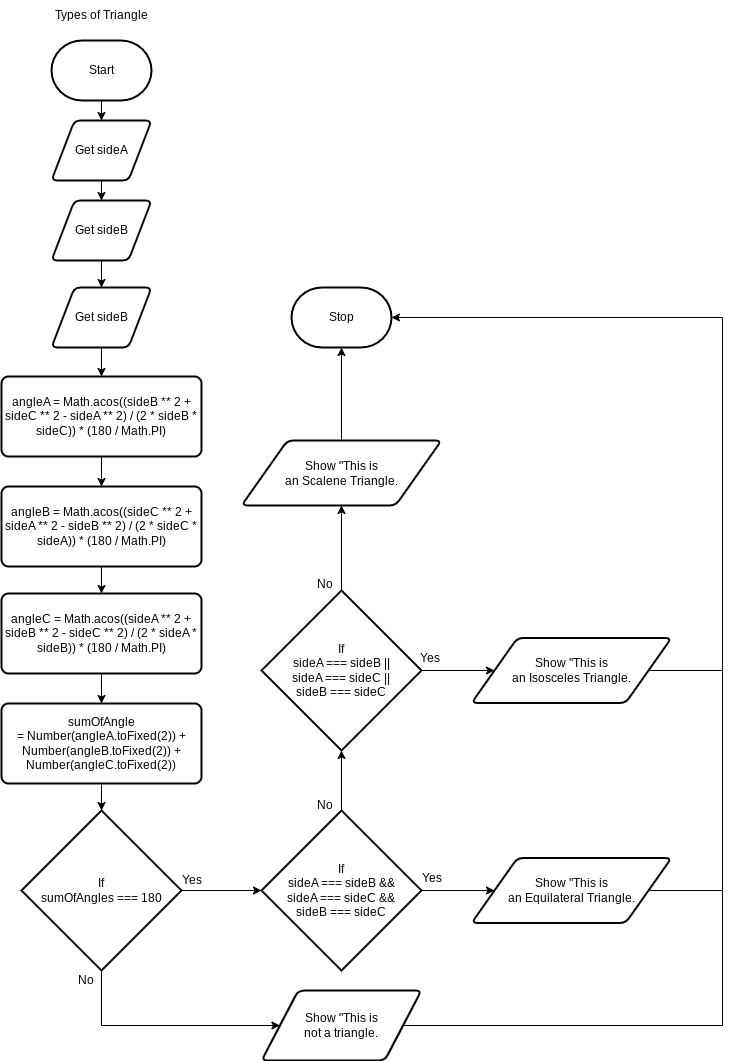
This is design/flowchart.png from MTHS-ICD2O-1-2024/ICD2O-Unit-5-05-Ain-Jeong, a draw.io export, as it was before one commit. Source tidied: cells renumbered, new cells last; positions are measured from the earlier drawing's top-left corner, leaving out a move shared by most shapes.
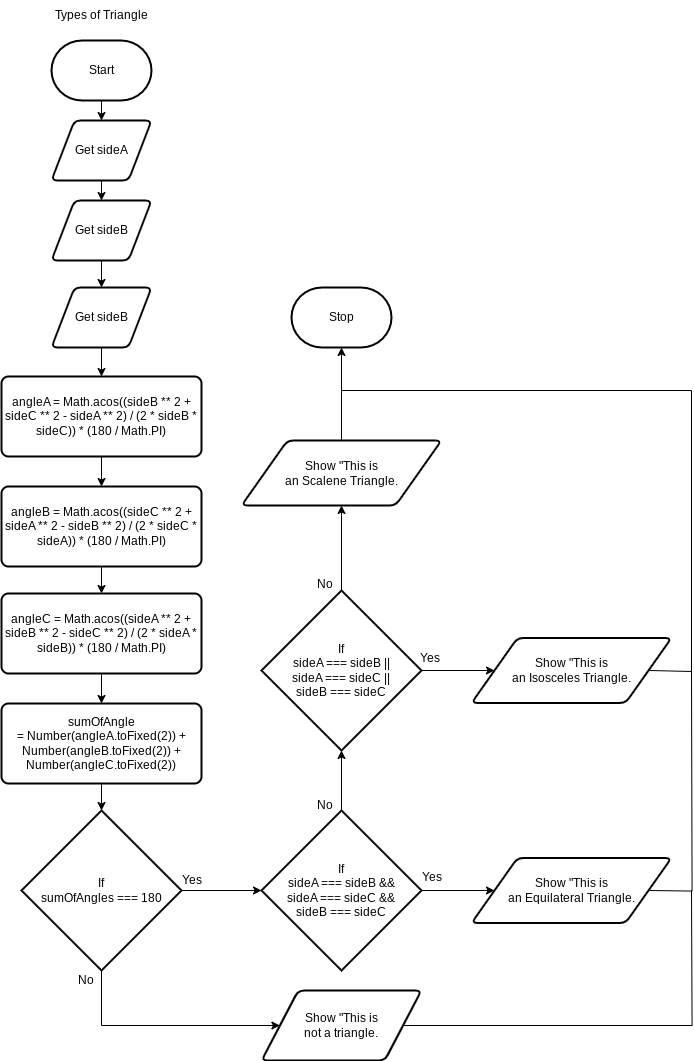
Later version of the same file.

Change to the diagram source:
```diff
@@ -60,14 +60,11 @@
     <mxCell id="19" value="If&lt;div&gt;sumOfAngles === 180&lt;/div&gt;" style="strokeWidth=2;html=1;shape=mxgraph.flowchart.decision;whiteSpace=wrap;" parent="1" vertex="1">
       <mxGeometry x="20" y="810" width="160" height="160" as="geometry" />
     </mxCell>
-    <mxCell id="20" style="edgeStyle=orthogonalEdgeStyle;html=1;strokeColor=default;rounded=0;curved=0;entryX=1;entryY=0.5;entryDx=0;entryDy=0;entryPerimeter=0;" parent="1" edge="1" source="21" target="32">
-      <mxGeometry relative="1" as="geometry">
-        <Array as="points">
-          <mxPoint x="721" y="1025" />
-          <mxPoint x="721" y="317" />
-        </Array>
-      </mxGeometry>
-    </mxCell>
+    <mxCell id="43" style="edgeStyle=orthogonalEdgeStyle;html=1;rounded=0;curved=0;endArrow=none;endFill=0;" parent="1" edge="1" source="21">
+      <mxGeometry relative="1" as="geometry">
+        <mxPoint x="690" y="890" as="targetPoint" />
+      </mxGeometry>
+    </mxCell>
     <mxCell id="21" value="Show &quot;This is&lt;div&gt;not a triangle.&lt;/div&gt;" style="shape=parallelogram;html=1;strokeWidth=2;perimeter=parallelogramPerimeter;whiteSpace=wrap;rounded=1;arcSize=12;size=0.23;" parent="1" vertex="1">
       <mxGeometry x="260" y="990" width="160" height="70" as="geometry" />
     </mxCell>
@@ -86,19 +83,24 @@
     <mxCell id="26" value="If&lt;div&gt;sideA === sideB ||&lt;/div&gt;&lt;div&gt;sideA === sideC ||&lt;/div&gt;&lt;div&gt;sideB === sideC&lt;/div&gt;" style="strokeWidth=2;html=1;shape=mxgraph.flowchart.decision;whiteSpace=wrap;" parent="1" vertex="1">
       <mxGeometry x="260" y="590" width="160" height="160" as="geometry" />
     </mxCell>
-    <mxCell id="27" style="edgeStyle=none;html=1;endArrow=none;endFill=0;" parent="1" edge="1">
+    <mxCell id="27" style="edgeStyle=orthogonalEdgeStyle;html=1;endArrow=none;endFill=0;rounded=0;curved=0;" parent="1" edge="1">
       <mxGeometry relative="1" as="geometry">
         <mxPoint x="648" y="890" as="sourcePoint" />
-        <mxPoint x="721" y="890" as="targetPoint" />
+        <mxPoint x="690" y="670" as="targetPoint" />
       </mxGeometry>
     </mxCell>
     <mxCell id="28" value="Show &quot;This is&lt;div&gt;an Equilateral Triangle.&lt;/div&gt;" style="shape=parallelogram;html=1;strokeWidth=2;perimeter=parallelogramPerimeter;whiteSpace=wrap;rounded=1;arcSize=12;size=0.23;" parent="1" vertex="1">
       <mxGeometry x="470" y="857.5" width="200" height="65" as="geometry" />
     </mxCell>
-    <mxCell id="29" style="edgeStyle=none;html=1;endArrow=none;endFill=0;" parent="1" edge="1">
+    <mxCell id="29" style="edgeStyle=orthogonalEdgeStyle;html=1;endArrow=none;endFill=0;rounded=0;curved=0;" parent="1" edge="1">
       <mxGeometry relative="1" as="geometry">
         <mxPoint x="648" y="670" as="sourcePoint" />
-        <mxPoint x="721" y="670" as="targetPoint" />
+        <mxPoint x="340" y="390" as="targetPoint" />
+        <Array as="points">
+          <mxPoint x="648" y="671" />
+          <mxPoint x="690" y="671" />
+          <mxPoint x="690" y="390" />
+        </Array>
       </mxGeometry>
     </mxCell>
     <mxCell id="30" value="Show &quot;This is&lt;div&gt;an Isosceles Triangle.&lt;/div&gt;" style="shape=parallelogram;html=1;strokeWidth=2;perimeter=parallelogramPerimeter;whiteSpace=wrap;rounded=1;arcSize=12;size=0.23;" parent="1" vertex="1">
```
